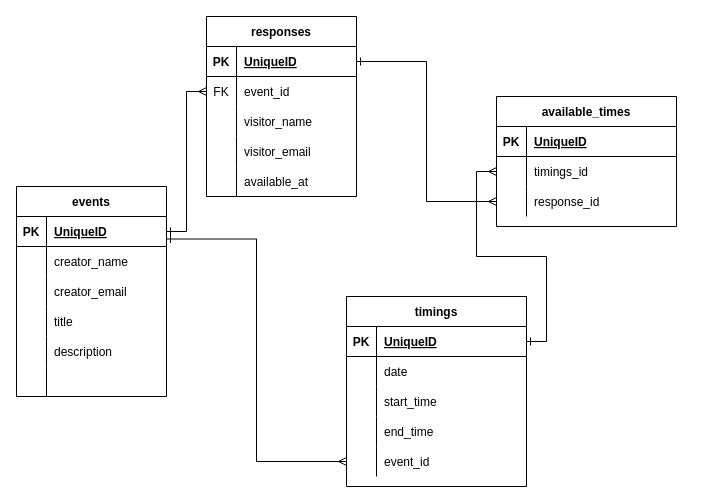
This is schoodle_erd1.drawio from patumang/midterms, a draw.io file, before an edit. Source tidied: cells renumbered, new cells numbered last; positions are measured from the earlier drawing's top-left corner, leaving out a move shared by most shapes. Both pictures are drawn from the tidied source at 100%, with x=0, y=0 at pixel (16, 16).
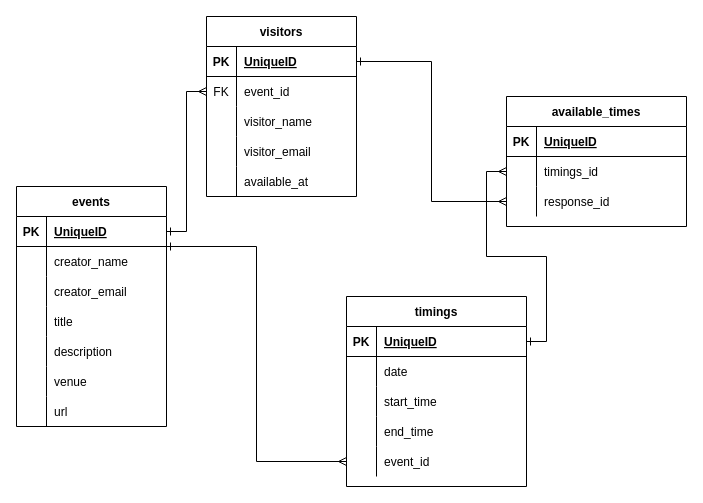
After the change.

Commit message (it also covers changes not shown here):
created db table schema

Unchanged cells that the change refers to:
```xml
<mxCell id="18" style="shape=partialRectangle;fillColor=none;top=0;left=0;bottom=0;right=0;" parent="2" vertex="1">
  <mxGeometry y="180" width="150" height="30" as="geometry" />
</mxCell>
```

Change to the diagram source:
```diff
@@
     <mxCell id="2" value="events" style="shape=table;startSize=30;childLayout=tableLayout;rowLines=0;fontStyle=1;align=center;" parent="1" vertex="1">
-      <mxGeometry y="170" width="150" height="210" as="geometry" />
+      <mxGeometry y="170" width="150" height="240" as="geometry" />
     </mxCell>
@@
-    <mxCell id="20" style="shape=partialRectangle;fillColor=none;top=0;left=0;bottom=0;right=0;align=left;spacingLeft=6;overflow=hidden;" parent="18" vertex="1">
+    <mxCell id="20" value="venue" style="shape=partialRectangle;fillColor=none;top=0;left=0;bottom=0;right=0;align=left;spacingLeft=6;overflow=hidden;" parent="18" vertex="1">
       <mxGeometry x="30" width="120" height="30" as="geometry" />
     </mxCell>
+    <mxCell id="67" style="shape=partialRectangle;fillColor=none;top=0;left=0;bottom=0;right=0;" parent="2" vertex="1">
+      <mxGeometry y="210" width="150" height="30" as="geometry" />
+    </mxCell>
+    <mxCell id="68" style="shape=partialRectangle;fillColor=none;top=0;left=0;bottom=0;right=0;overflow=hidden;" parent="67" vertex="1">
+      <mxGeometry width="30" height="30" as="geometry" />
+    </mxCell>
+    <mxCell id="69" value="url" style="shape=partialRectangle;fillColor=none;top=0;left=0;bottom=0;right=0;align=left;spacingLeft=6;overflow=hidden;" parent="67" vertex="1">
+      <mxGeometry x="30" width="120" height="30" as="geometry" />
+    </mxCell>
-    <mxCell id="21" value="responses" style="shape=table;startSize=30;childLayout=tableLayout;rowLines=0;fontStyle=1;align=center;" parent="1" vertex="1">
+    <mxCell id="21" value="visitors" style="shape=table;startSize=30;childLayout=tableLayout;rowLines=0;fontStyle=1;align=center;" parent="1" vertex="1">
       <mxGeometry x="190" width="150" height="180" as="geometry" />
     </mxCell>
@@
     <mxCell id="54" value="available_times" style="shape=table;startSize=30;childLayout=tableLayout;rowLines=0;fontStyle=1;align=center;" parent="1" vertex="1">
-      <mxGeometry x="480" y="80" width="180" height="130" as="geometry" />
+      <mxGeometry x="490" y="80" width="180" height="130" as="geometry" />
     </mxCell>
```
